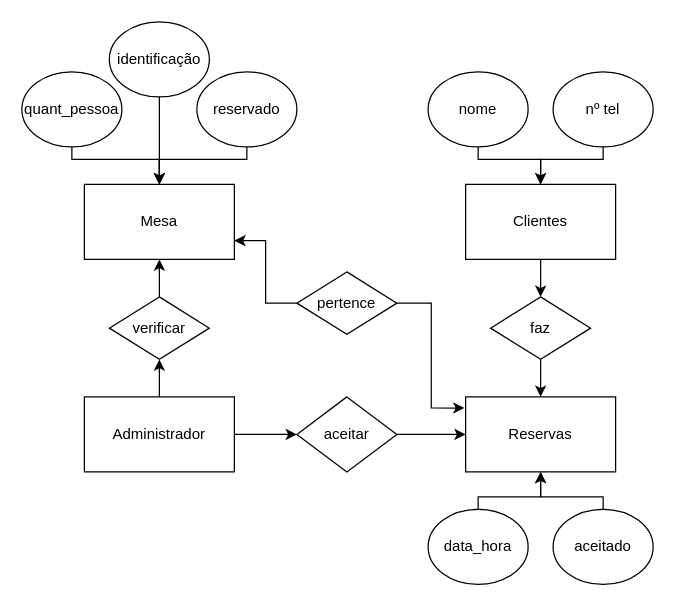
This is docs/diagrama.drawio from tskxz/reservarmesa-bifes, a draw.io file, before an edit. Source tidied: cells renumbered, new cells numbered last; positions are measured from the earlier drawing's top-left corner, leaving out a move shared by most shapes. Both pictures are drawn from the tidied source at 125%, with x=0, y=0 at pixel (21, 21).
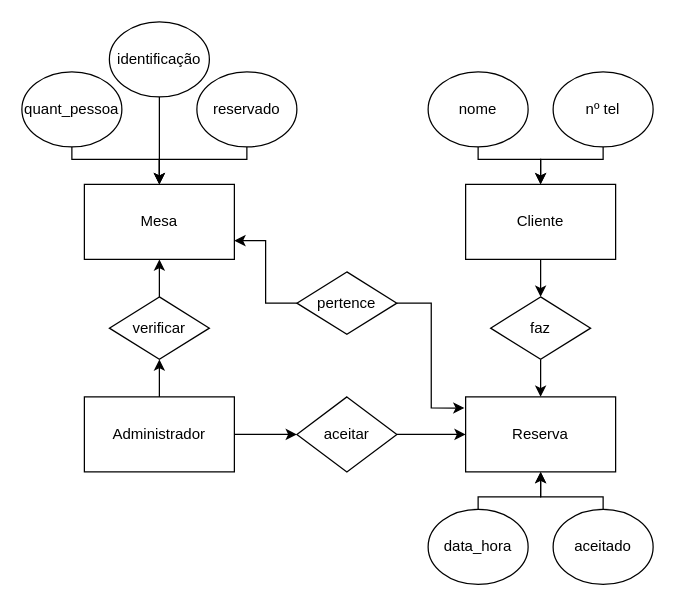
The same diagram, later.

Commit message (it also covers changes not shown here):
:memo: Diagrama atualizado

Change to the diagram source:
```diff
@@
-    <mxCell id="8" value="Clientes" style="rounded=0;whiteSpace=wrap;html=1;" parent="1" vertex="1">
+    <mxCell id="8" value="Cliente" style="rounded=0;whiteSpace=wrap;html=1;" parent="1" vertex="1">
       <mxGeometry x="355" y="130" width="120" height="60" as="geometry" />
     </mxCell>
@@
-    <mxCell id="15" value="Reservas" style="rounded=0;whiteSpace=wrap;html=1;" parent="1" vertex="1">
+    <mxCell id="15" value="Reserva" style="rounded=0;whiteSpace=wrap;html=1;" parent="1" vertex="1">
       <mxGeometry x="355" y="300" width="120" height="60" as="geometry" />
     </mxCell>
```
